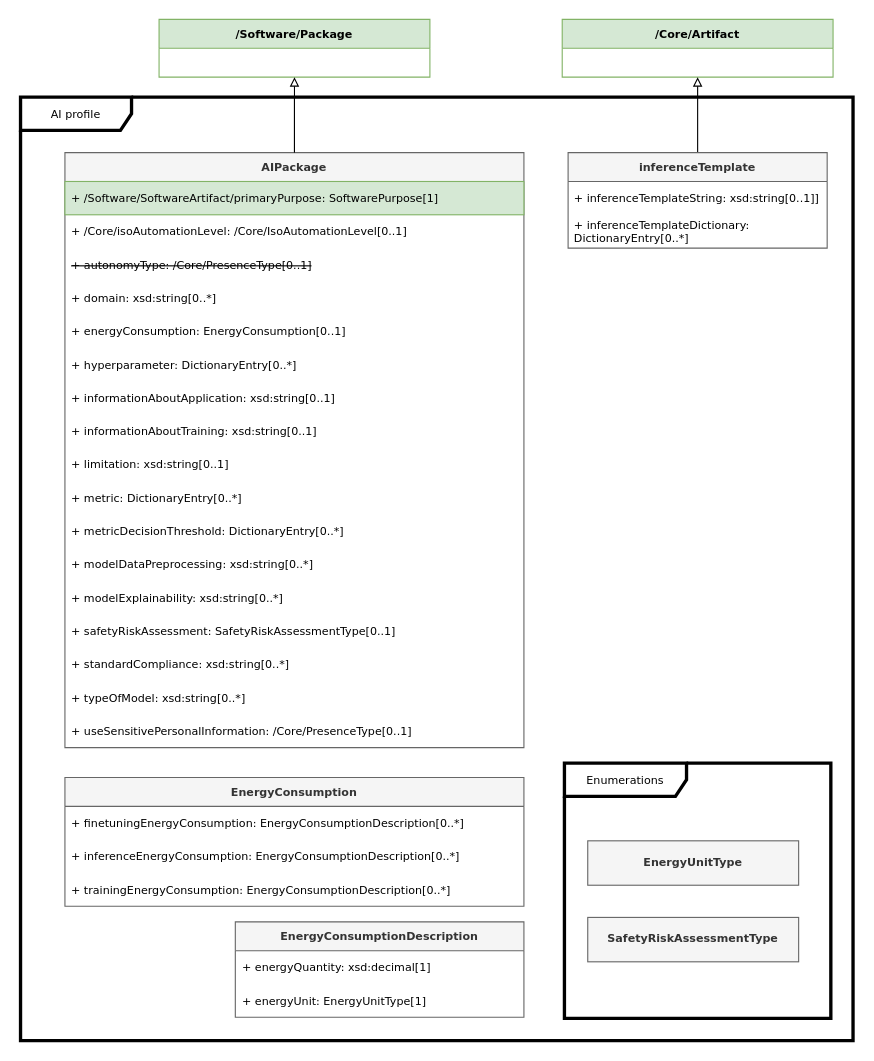
The draw.io diagram page "AI" (7 of 13) of docs/model.drawio in stevenc-stb/spdx-3-model, before the edit. Source tidied: cells renumbered, new cells numbered last; positions are measured from the earlier drawing's top-left corner, leaving out a move shared by most shapes. Both pictures are drawn from the tidied source at 111%, with x=0, y=0 at pixel (20, 19).
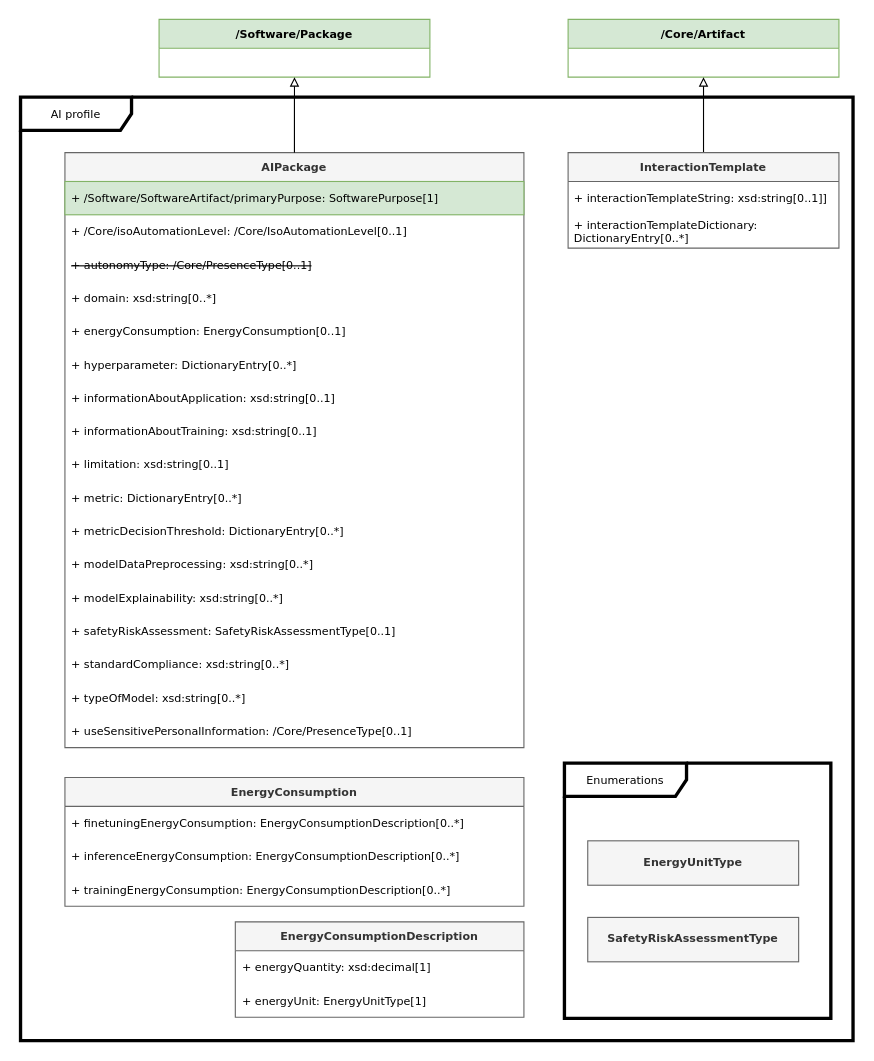
The same diagram, later.

Diff of the diagram source:
```diff
@@
     <mxCell id="34" value="/Core/Artifact" style="swimlane;fontStyle=1;horizontal=1;startSize=26;fillColor=#d5e8d4;strokeColor=#82b366;fontFamily=Verdana;fontSize=10;" parent="1" vertex="1">
-      <mxGeometry x="488" width="244" height="52" as="geometry" />
+      <mxGeometry x="493.3" width="244" height="52" as="geometry" />
     </mxCell>
@@
-    <mxCell id="36" value="inferenceTemplate" style="swimlane;fontStyle=1;horizontal=1;startSize=26;fillColor=#f5f5f5;strokeColor=#666666;fontFamily=Verdana;fontSize=10;fontColor=#333333;" parent="1" vertex="1">
-      <mxGeometry x="493.3" y="120" width="233.4" height="86" as="geometry" />
+    <mxCell id="36" value="InteractionTemplate" style="swimlane;fontStyle=1;horizontal=1;startSize=26;fillColor=#f5f5f5;strokeColor=#666666;fontFamily=Verdana;fontSize=10;fontColor=#333333;" parent="1" vertex="1">
+      <mxGeometry x="493.3" y="120" width="244" height="86" as="geometry" />
     </mxCell>
-    <mxCell id="37" value="+&amp;nbsp;inferenceTemplateString:&amp;nbsp;xsd:string[0..1]]" style="text;strokeColor=none;fillColor=none;align=left;verticalAlign=middle;spacingLeft=4;spacingRight=4;overflow=hidden;whiteSpace=wrap;html=1;fontColor=#000000;fontFamily=Verdana;fontSize=10;" parent="36" vertex="1">
-      <mxGeometry y="26" width="233.4" height="30" as="geometry" />
+    <mxCell id="37" value="+ interactionTemplateString:&amp;nbsp;xsd:string[0..1]]" style="text;strokeColor=none;fillColor=none;align=left;verticalAlign=middle;spacingLeft=4;spacingRight=4;overflow=hidden;whiteSpace=wrap;html=1;fontColor=#000000;fontFamily=Verdana;fontSize=10;" parent="36" vertex="1">
+      <mxGeometry y="26" width="244" height="30" as="geometry" />
     </mxCell>
-    <mxCell id="38" value="+&amp;nbsp;inferenceTemplateDictionary: DictionaryEntry[0..*]" style="text;strokeColor=none;fillColor=none;align=left;verticalAlign=middle;spacingLeft=4;spacingRight=4;overflow=hidden;whiteSpace=wrap;html=1;fontColor=#000000;fontFamily=Verdana;fontSize=10;" parent="36" vertex="1">
-      <mxGeometry y="56" width="233.4" height="30" as="geometry" />
+    <mxCell id="38" value="+ interactionTemplateDictionary: DictionaryEntry[0..*]" style="text;strokeColor=none;fillColor=none;align=left;verticalAlign=middle;spacingLeft=4;spacingRight=4;overflow=hidden;whiteSpace=wrap;html=1;fontColor=#000000;fontFamily=Verdana;fontSize=10;" parent="36" vertex="1">
+      <mxGeometry y="56" width="244" height="30" as="geometry" />
     </mxCell>
```
